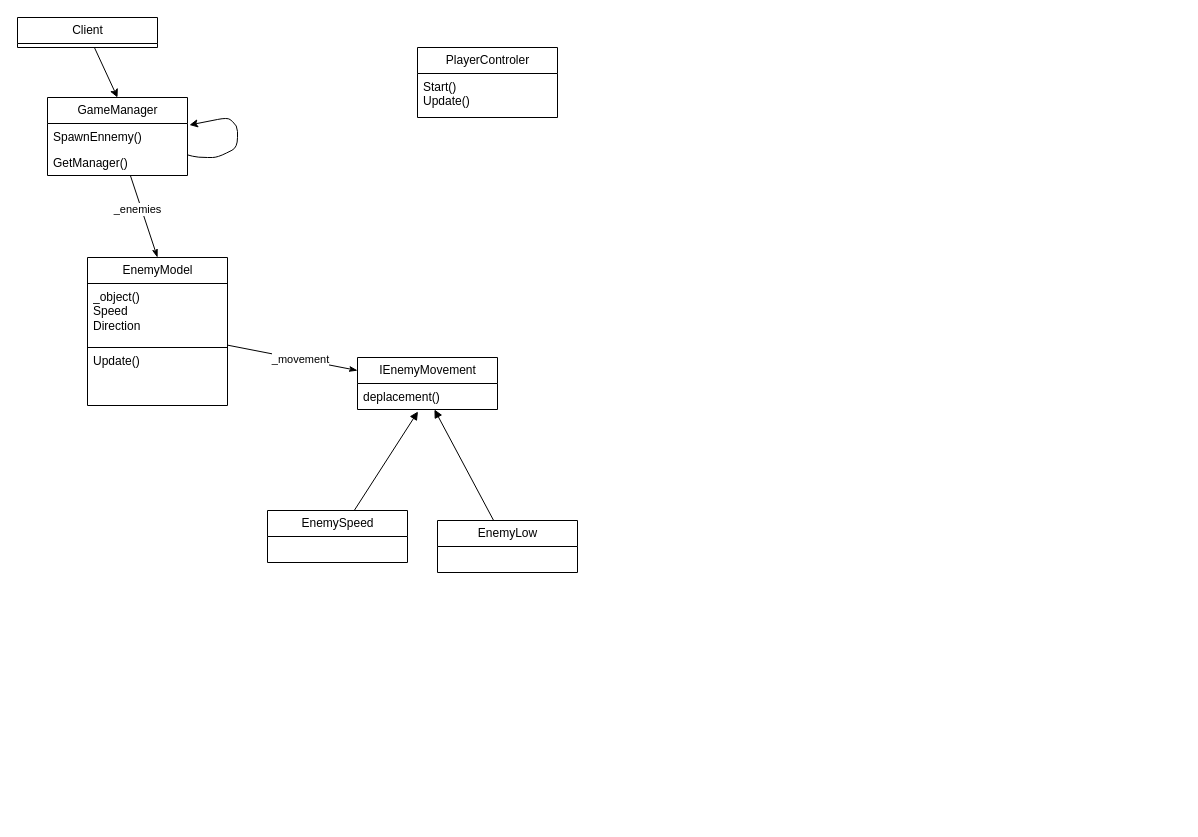
Above: Documentation/DiagrammeClasse.drawio in B3njaminV/unity-tower-defense (draw.io), before the change. Source tidied: cells renumbered, new cells numbered last; positions are measured from the earlier drawing's top-left corner, leaving out a move shared by most shapes. Both pictures are drawn from the tidied source at 100%, with x=0, y=0 at pixel (17, 17).
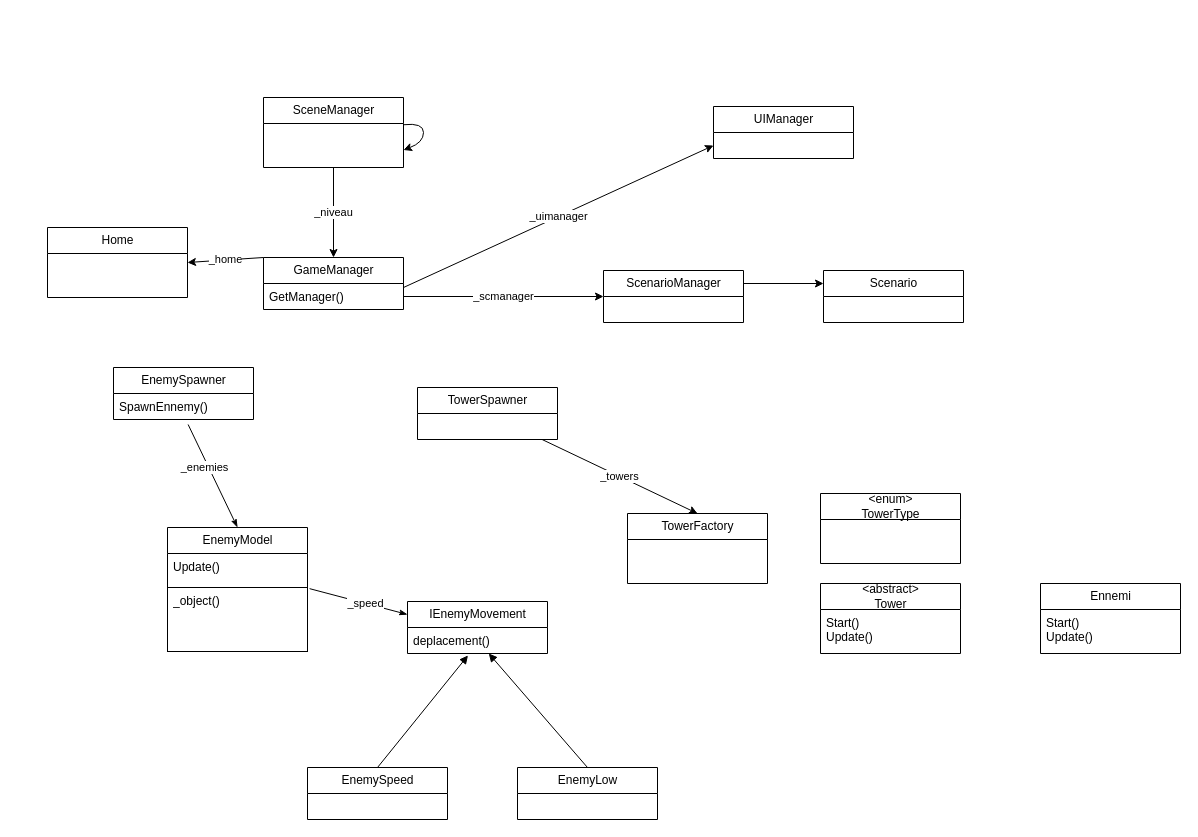
After the change.

Commit message (it also covers changes not shown here):
:memo: Ajout maquette et premier jet UML global

The change refers to these unchanged cells:
```xml
<mxCell id="16" value="deplacement()&lt;br&gt;" style="text;strokeColor=none;fillColor=none;align=left;verticalAlign=top;spacingLeft=4;spacingRight=4;overflow=hidden;points=[[0,0.5],[1,0.5]];portConstraint=eastwest;whiteSpace=wrap;html=1;" parent="15" vertex="1">
  <mxGeometry y="26" width="140" height="26" as="geometry" />
</mxCell>
```

The edit, as a diff of the source:
```diff
@@
-    <mxCell id="2" style="edgeStyle=none;html=1;entryX=0.5;entryY=0;entryDx=0;entryDy=0;endArrow=classicThin;endFill=1;" parent="1" edge="1" source="4" target="12">
+    <mxCell id="2" style="edgeStyle=none;html=1;entryX=0.5;entryY=0;entryDx=0;entryDy=0;endArrow=classicThin;endFill=1;exitX=0.533;exitY=1.192;exitDx=0;exitDy=0;exitPerimeter=0;" parent="1" edge="1" source="5" target="12">
       <mxGeometry relative="1" as="geometry" />
     </mxCell>
@@
+    <mxCell id="23" value="_home" style="edgeStyle=none;html=1;entryX=1;entryY=0.5;entryDx=0;entryDy=0;exitX=0;exitY=0;exitDx=0;exitDy=0;" parent="1" edge="1" source="4" target="32">
+      <mxGeometry relative="1" as="geometry" />
+    </mxCell>
     <mxCell id="4" value="GameManager" style="swimlane;fontStyle=0;horizontal=1;startSize=26;fillColor=none;html=1;" parent="1" vertex="1">
-      <mxGeometry x="30" y="80" width="140" height="78" as="geometry" />
+      <mxGeometry x="246" y="240" width="140" height="52" as="geometry" />
     </mxCell>
-    <mxCell id="5" value="SpawnEnnemy()&lt;br&gt;" style="text;strokeColor=none;fillColor=none;align=left;verticalAlign=top;spacingLeft=4;spacingRight=4;overflow=hidden;points=[[0,0.5],[1,0.5]];portConstraint=eastwest;whiteSpace=wrap;html=1;" parent="4" vertex="1">
-      <mxGeometry y="26" width="140" height="26" as="geometry" />
-    </mxCell>
     <mxCell id="6" value="GetManager()" style="text;strokeColor=none;fillColor=none;align=left;verticalAlign=top;spacingLeft=4;spacingRight=4;overflow=hidden;points=[[0,0.5],[1,0.5]];portConstraint=eastwest;whiteSpace=wrap;html=1;" parent="4" vertex="1">
-      <mxGeometry y="52" width="140" height="26" as="geometry" />
+      <mxGeometry y="26" width="140" height="26" as="geometry" />
     </mxCell>
-    <mxCell id="7" style="edgeStyle=none;html=1;entryX=1.014;entryY=0.058;entryDx=0;entryDy=0;entryPerimeter=0;" parent="4" edge="1" source="4" target="5">
-      <mxGeometry relative="1" as="geometry">
-        <Array as="points">
-          <mxPoint x="150" y="60" />
-          <mxPoint x="170" y="60" />
-          <mxPoint x="190" y="50" />
-          <mxPoint x="190" y="28" />
-          <mxPoint x="180" y="20" />
-        </Array>
-      </mxGeometry>
-    </mxCell>
-    <mxCell id="8" style="edgeStyle=none;html=1;entryX=0.5;entryY=0;entryDx=0;entryDy=0;" parent="1" edge="1" source="9" target="4">
-      <mxGeometry relative="1" as="geometry" />
-    </mxCell>
-    <mxCell id="9" value="Client" style="swimlane;fontStyle=0;horizontal=1;startSize=26;fillColor=none;html=1;" parent="1" vertex="1">
-      <mxGeometry width="140" height="30" as="geometry" />
-    </mxCell>
-    <mxCell id="10" style="edgeStyle=none;html=1;entryX=0;entryY=0.25;entryDx=0;entryDy=0;endArrow=classicThin;endFill=1;" parent="1" edge="1" source="12" target="15">
+    <mxCell id="10" style="edgeStyle=none;html=1;entryX=0;entryY=0.25;entryDx=0;entryDy=0;endArrow=classicThin;endFill=1;exitX=1.015;exitY=0.018;exitDx=0;exitDy=0;exitPerimeter=0;" parent="1" edge="1" source="13" target="15">
       <mxGeometry relative="1" as="geometry" />
     </mxCell>
-    <mxCell id="11" value="_movement" style="edgeLabel;html=1;align=center;verticalAlign=middle;" parent="10" vertex="1">
+    <mxCell id="11" value="_speed" style="edgeLabel;html=1;align=center;verticalAlign=middle;" parent="10" vertex="1">
       <mxGeometry x="0.12" relative="1" as="geometry" />
     </mxCell>
     <mxCell id="12" value="EnemyModel" style="swimlane;fontStyle=0;horizontal=1;startSize=26;fillColor=none;html=1;" parent="1" vertex="1">
-      <mxGeometry x="70" y="240" width="140" height="148" as="geometry" />
+      <mxGeometry x="150" y="510" width="140" height="124" as="geometry" />
     </mxCell>
+    <mxCell id="14" value="Update()&lt;br&gt;" style="text;strokeColor=none;fillColor=none;align=left;verticalAlign=top;spacingLeft=4;spacingRight=4;overflow=hidden;whiteSpace=wrap;html=1;" parent="12" vertex="1">
+      <mxGeometry y="26" width="140" height="34" as="geometry" />
+    </mxCell>
-    <mxCell id="13" value="_object()&lt;br&gt;Speed&lt;br&gt;Direction" style="text;strokeColor=default;fillColor=none;align=left;verticalAlign=top;spacingLeft=4;spacingRight=4;overflow=hidden;points=[[0,0.5],[1,0.5]];portConstraint=eastwest;whiteSpace=wrap;html=1;" parent="12" vertex="1">
-      <mxGeometry y="26" width="140" height="64" as="geometry" />
+    <mxCell id="13" value="_object()&lt;br&gt;" style="text;strokeColor=default;fillColor=none;align=left;verticalAlign=top;spacingLeft=4;spacingRight=4;overflow=hidden;points=[[0,0.5],[1,0.5]];portConstraint=eastwest;whiteSpace=wrap;html=1;" parent="12" vertex="1">
+      <mxGeometry y="60" width="140" height="64" as="geometry" />
     </mxCell>
-    <mxCell id="14" value="Update()&lt;br&gt;" style="text;strokeColor=none;fillColor=none;align=left;verticalAlign=top;spacingLeft=4;spacingRight=4;overflow=hidden;whiteSpace=wrap;html=1;" parent="12" vertex="1">
-      <mxGeometry y="90" width="140" height="58" as="geometry" />
-    </mxCell>
     <mxCell id="15" value="IEnemyMovement" style="swimlane;fontStyle=0;horizontal=1;startSize=26;fillColor=none;html=1;" parent="1" vertex="1">
-      <mxGeometry x="340" y="340" width="140" height="52" as="geometry" />
+      <mxGeometry x="390" y="584" width="140" height="52" as="geometry" />
     </mxCell>
@@
-    <mxCell id="17" style="edgeStyle=none;html=1;endArrow=block;endFill=1;" parent="1" edge="1" source="18" target="16">
+    <mxCell id="17" style="edgeStyle=none;html=1;endArrow=block;endFill=1;exitX=0.5;exitY=0;exitDx=0;exitDy=0;" parent="1" edge="1" source="18" target="16">
       <mxGeometry relative="1" as="geometry" />
     </mxCell>
     <mxCell id="18" value="EnemyLow" style="swimlane;fontStyle=0;horizontal=1;startSize=26;fillColor=none;html=1;" parent="1" vertex="1">
-      <mxGeometry x="420" y="503" width="140" height="52" as="geometry" />
+      <mxGeometry x="500" y="750" width="140" height="52" as="geometry" />
     </mxCell>
-    <mxCell id="19" style="edgeStyle=none;html=1;entryX=0.432;entryY=1.077;entryDx=0;entryDy=0;entryPerimeter=0;endArrow=block;endFill=1;" parent="1" edge="1" source="20" target="16">
+    <mxCell id="19" style="edgeStyle=none;html=1;entryX=0.432;entryY=1.077;entryDx=0;entryDy=0;entryPerimeter=0;endArrow=block;endFill=1;exitX=0.5;exitY=0;exitDx=0;exitDy=0;" parent="1" edge="1" source="20" target="16">
       <mxGeometry relative="1" as="geometry" />
     </mxCell>
     <mxCell id="20" value="EnemySpeed" style="swimlane;fontStyle=0;horizontal=1;startSize=26;fillColor=none;html=1;" parent="1" vertex="1">
-      <mxGeometry x="250" y="493" width="140" height="52" as="geometry" />
+      <mxGeometry x="290" y="750" width="140" height="52" as="geometry" />
     </mxCell>
-    <mxCell id="21" value="PlayerControler" style="swimlane;fontStyle=0;horizontal=1;startSize=26;fillColor=none;html=1;" parent="1" vertex="1">
-      <mxGeometry x="400" y="30" width="140" height="70" as="geometry" />
+    <mxCell id="21" value="Ennemi" style="swimlane;fontStyle=0;horizontal=1;startSize=26;fillColor=none;html=1;" parent="1" vertex="1">
+      <mxGeometry x="1023" y="566" width="140" height="70" as="geometry" />
     </mxCell>
@@
+    <mxCell id="24" value="&amp;lt;abstract&amp;gt;&lt;br&gt;Tower" style="swimlane;fontStyle=0;horizontal=1;startSize=26;html=1;" parent="1" vertex="1">
+      <mxGeometry x="803" y="566" width="140" height="70" as="geometry" />
+    </mxCell>
+    <mxCell id="25" value="Start()&lt;br&gt;Update()&lt;br&gt;" style="text;strokeColor=none;fillColor=none;align=left;verticalAlign=top;spacingLeft=4;spacingRight=4;overflow=hidden;whiteSpace=wrap;html=1;" parent="24" vertex="1">
+      <mxGeometry y="26" width="140" height="44" as="geometry" />
+    </mxCell>
+    <mxCell id="26" value="_niveau" style="edgeStyle=none;html=1;entryX=0.5;entryY=0;entryDx=0;entryDy=0;" parent="1" edge="1" source="27" target="4">
+      <mxGeometry relative="1" as="geometry" />
+    </mxCell>
+    <mxCell id="27" value="SceneManager" style="swimlane;fontStyle=0;horizontal=1;startSize=26;fillColor=none;html=1;" parent="1" vertex="1">
+      <mxGeometry x="246" y="80" width="140" height="70" as="geometry" />
+    </mxCell>
+    <mxCell id="28" value="Scenario" style="swimlane;fontStyle=0;horizontal=1;startSize=26;fillColor=none;html=1;" parent="1" vertex="1">
+      <mxGeometry x="806" y="253" width="140" height="52" as="geometry" />
+    </mxCell>
+    <mxCell id="29" value="TowerFactory" style="swimlane;fontStyle=0;horizontal=1;startSize=26;html=1;" parent="1" vertex="1">
+      <mxGeometry x="610" y="496" width="140" height="70" as="geometry" />
+    </mxCell>
+    <mxCell id="30" value="&amp;lt;enum&amp;gt;&lt;br&gt;TowerType" style="swimlane;fontStyle=0;horizontal=1;startSize=26;html=1;" parent="1" vertex="1">
+      <mxGeometry x="803" y="476" width="140" height="70" as="geometry" />
+    </mxCell>
+    <mxCell id="31" style="edgeStyle=none;html=1;entryX=1;entryY=0.75;entryDx=0;entryDy=0;curved=1;" parent="1" edge="1" source="27" target="27">
+      <mxGeometry relative="1" as="geometry">
+        <Array as="points">
+          <mxPoint x="406" y="115" />
+        </Array>
+      </mxGeometry>
+    </mxCell>
+    <mxCell id="32" value="Home&lt;br&gt;" style="swimlane;fontStyle=0;horizontal=1;startSize=26;html=1;" parent="1" vertex="1">
+      <mxGeometry x="30" y="210" width="140" height="70" as="geometry" />
+    </mxCell>
+    <mxCell id="33" value="UIManager" style="swimlane;fontStyle=0;horizontal=1;startSize=26;fillColor=none;html=1;" parent="1" vertex="1">
+      <mxGeometry x="696" y="89" width="140" height="52" as="geometry" />
+    </mxCell>
+    <mxCell id="34" value="_uimanager" style="edgeStyle=none;html=1;entryX=0;entryY=0.75;entryDx=0;entryDy=0;" parent="1" edge="1" target="33">
+      <mxGeometry relative="1" as="geometry">
+        <mxPoint x="386" y="270" as="sourcePoint" />
+      </mxGeometry>
+    </mxCell>
+    <mxCell id="35" style="edgeStyle=none;html=1;exitX=1;exitY=0.25;exitDx=0;exitDy=0;entryX=0;entryY=0.25;entryDx=0;entryDy=0;" parent="1" edge="1" source="36" target="28">
+      <mxGeometry relative="1" as="geometry" />
+    </mxCell>
+    <mxCell id="36" value="ScenarioManager" style="swimlane;fontStyle=0;horizontal=1;startSize=26;fillColor=none;html=1;" parent="1" vertex="1">
+      <mxGeometry x="586" y="253" width="140" height="52" as="geometry" />
+    </mxCell>
+    <mxCell id="37" value="EnemySpawner" style="swimlane;fontStyle=0;horizontal=1;startSize=26;fillColor=none;html=1;" parent="1" vertex="1">
+      <mxGeometry x="96" y="350" width="140" height="52" as="geometry" />
+    </mxCell>
+    <mxCell id="5" value="SpawnEnnemy()&lt;br&gt;" style="text;strokeColor=none;fillColor=none;align=left;verticalAlign=top;spacingLeft=4;spacingRight=4;overflow=hidden;points=[[0,0.5],[1,0.5]];portConstraint=eastwest;whiteSpace=wrap;html=1;" parent="37" vertex="1">
+      <mxGeometry y="26" width="140" height="26" as="geometry" />
+    </mxCell>
+    <mxCell id="38" value="_towers" style="edgeStyle=none;html=1;entryX=0.5;entryY=0;entryDx=0;entryDy=0;" parent="1" edge="1" source="39" target="29">
+      <mxGeometry relative="1" as="geometry" />
+    </mxCell>
+    <mxCell id="39" value="TowerSpawner" style="swimlane;fontStyle=0;horizontal=1;startSize=26;fillColor=none;html=1;" parent="1" vertex="1">
+      <mxGeometry x="400" y="370" width="140" height="52" as="geometry" />
+    </mxCell>
+    <mxCell id="40" value="_scmanager" style="edgeStyle=none;html=1;entryX=0;entryY=0.5;entryDx=0;entryDy=0;" parent="1" edge="1" source="6" target="36">
+      <mxGeometry relative="1" as="geometry" />
+    </mxCell>
```
